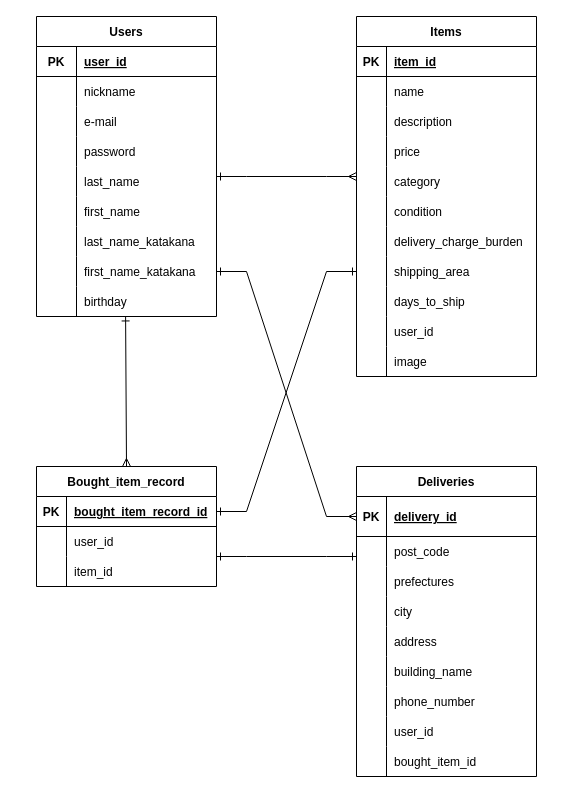
Earlier version of the draw.io diagram furima.dio (maaaaqqqq/furima-37360). Source tidied: cells renumbered, new cells numbered last; positions are measured from the earlier drawing's top-left corner, leaving out a move shared by most shapes. Both pictures are drawn from the tidied source at 100%, with x=0, y=0 at pixel (36, 16).
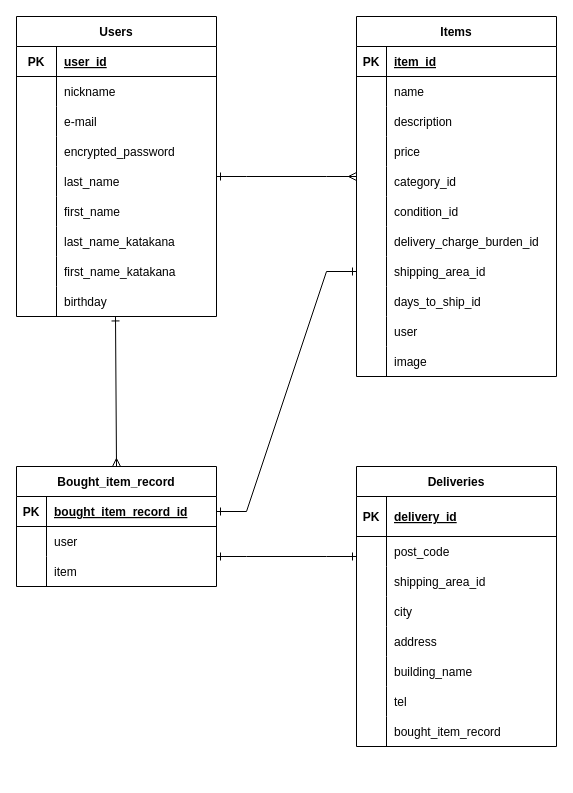
The same page after the edit.

What changed in the source:
```diff
@@
     <mxCell id="2" value="Users" style="shape=table;startSize=30;childLayout=tableLayout;rowLines=0;fontStyle=1;align=center;rounded=0;" parent="1" vertex="1">
-      <mxGeometry width="180" height="300" as="geometry" />
+      <mxGeometry x="-20" width="200" height="300" as="geometry" />
     </mxCell>
     <mxCell id="3" style="shape=partialRectangle;fillColor=none;top=0;left=0;bottom=1;right=0;rounded=0;" parent="2" vertex="1">
-      <mxGeometry y="30" width="180" height="30" as="geometry" />
+      <mxGeometry y="30" width="200" height="30" as="geometry" />
     </mxCell>
@@
     <mxCell id="5" value="user_id" style="shape=partialRectangle;fillColor=none;top=0;left=0;bottom=0;right=0;align=left;spacingLeft=6;fontStyle=5;overflow=hidden;rounded=0;" parent="3" vertex="1">
-      <mxGeometry x="40" width="140" height="30" as="geometry" />
+      <mxGeometry x="40" width="160" height="30" as="geometry" />
     </mxCell>
     <mxCell id="6" style="shape=partialRectangle;fillColor=none;top=0;left=0;bottom=0;right=0;rounded=0;" parent="2" vertex="1">
-      <mxGeometry y="60" width="180" height="30" as="geometry" />
+      <mxGeometry y="60" width="200" height="30" as="geometry" />
     </mxCell>
@@
     <mxCell id="8" value="nickname" style="shape=partialRectangle;fillColor=none;top=0;left=0;bottom=0;right=0;align=left;spacingLeft=6;overflow=hidden;rounded=0;" parent="6" vertex="1">
-      <mxGeometry x="40" width="140" height="30" as="geometry" />
+      <mxGeometry x="40" width="160" height="30" as="geometry" />
     </mxCell>
     <mxCell id="9" style="shape=partialRectangle;fillColor=none;top=0;left=0;bottom=0;right=0;rounded=0;" parent="2" vertex="1">
-      <mxGeometry y="90" width="180" height="30" as="geometry" />
+      <mxGeometry y="90" width="200" height="30" as="geometry" />
     </mxCell>
@@
     <mxCell id="11" value="e-mail" style="shape=partialRectangle;fillColor=none;top=0;left=0;bottom=0;right=0;align=left;spacingLeft=6;overflow=hidden;rounded=0;" parent="9" vertex="1">
-      <mxGeometry x="40" width="140" height="30" as="geometry" />
+      <mxGeometry x="40" width="160" height="30" as="geometry" />
     </mxCell>
     <mxCell id="12" style="shape=partialRectangle;fillColor=none;top=0;left=0;bottom=0;right=0;rounded=0;" parent="2" vertex="1">
-      <mxGeometry y="120" width="180" height="30" as="geometry" />
+      <mxGeometry y="120" width="200" height="30" as="geometry" />
     </mxCell>
@@
-    <mxCell id="14" value="password" style="shape=partialRectangle;fillColor=none;top=0;left=0;bottom=0;right=0;align=left;spacingLeft=6;overflow=hidden;rounded=0;" parent="12" vertex="1">
-      <mxGeometry x="40" width="140" height="30" as="geometry" />
+    <mxCell id="14" value="encrypted_password" style="shape=partialRectangle;fillColor=none;top=0;left=0;bottom=0;right=0;align=left;spacingLeft=6;overflow=hidden;rounded=0;" parent="12" vertex="1">
+      <mxGeometry x="40" width="160" height="30" as="geometry" />
     </mxCell>
     <mxCell id="15" style="shape=partialRectangle;fillColor=none;top=0;left=0;bottom=0;right=0;rounded=0;" parent="2" vertex="1">
-      <mxGeometry y="150" width="180" height="30" as="geometry" />
+      <mxGeometry y="150" width="200" height="30" as="geometry" />
     </mxCell>
@@
     <mxCell id="17" value="last_name" style="shape=partialRectangle;fillColor=none;top=0;left=0;bottom=0;right=0;align=left;spacingLeft=6;overflow=hidden;rounded=0;" parent="15" vertex="1">
-      <mxGeometry x="40" width="140" height="30" as="geometry" />
+      <mxGeometry x="40" width="160" height="30" as="geometry" />
     </mxCell>
     <mxCell id="18" style="shape=partialRectangle;fillColor=none;top=0;left=0;bottom=0;right=0;rounded=0;" parent="2" vertex="1">
-      <mxGeometry y="180" width="180" height="30" as="geometry" />
+      <mxGeometry y="180" width="200" height="30" as="geometry" />
     </mxCell>
@@
     <mxCell id="20" value="first_name" style="shape=partialRectangle;fillColor=none;top=0;left=0;bottom=0;right=0;align=left;spacingLeft=6;overflow=hidden;rounded=0;" parent="18" vertex="1">
-      <mxGeometry x="40" width="140" height="30" as="geometry" />
+      <mxGeometry x="40" width="160" height="30" as="geometry" />
     </mxCell>
     <mxCell id="21" style="shape=partialRectangle;fillColor=none;top=0;left=0;bottom=0;right=0;rounded=0;" parent="2" vertex="1">
-      <mxGeometry y="210" width="180" height="30" as="geometry" />
+      <mxGeometry y="210" width="200" height="30" as="geometry" />
     </mxCell>
@@
     <mxCell id="23" value="last_name_katakana" style="shape=partialRectangle;fillColor=none;top=0;left=0;bottom=0;right=0;align=left;spacingLeft=6;overflow=hidden;rounded=0;" parent="21" vertex="1">
-      <mxGeometry x="40" width="140" height="30" as="geometry" />
+      <mxGeometry x="40" width="160" height="30" as="geometry" />
     </mxCell>
     <mxCell id="24" style="shape=partialRectangle;fillColor=none;top=0;left=0;bottom=0;right=0;points=[[0,0.5],[1,0.5]];portConstraint=eastwest;rounded=0;" parent="2" vertex="1">
-      <mxGeometry y="240" width="180" height="30" as="geometry" />
+      <mxGeometry y="240" width="200" height="30" as="geometry" />
     </mxCell>
@@
     <mxCell id="26" value="first_name_katakana" style="shape=partialRectangle;fillColor=none;top=0;left=0;bottom=0;right=0;align=left;spacingLeft=6;overflow=hidden;rounded=0;" parent="24" vertex="1">
-      <mxGeometry x="40" width="140" height="30" as="geometry" />
+      <mxGeometry x="40" width="160" height="30" as="geometry" />
     </mxCell>
     <mxCell id="27" style="shape=partialRectangle;fillColor=none;top=0;left=0;bottom=0;right=0;points=[[0,0.5],[1,0.5]];portConstraint=eastwest;rounded=0;" parent="2" vertex="1">
-      <mxGeometry y="270" width="180" height="30" as="geometry" />
+      <mxGeometry y="270" width="200" height="30" as="geometry" />
     </mxCell>
@@
     <mxCell id="29" value="birthday" style="shape=partialRectangle;fillColor=none;top=0;left=0;bottom=0;right=0;align=left;spacingLeft=6;overflow=hidden;rounded=0;" parent="27" vertex="1">
-      <mxGeometry x="40" width="140" height="30" as="geometry" />
+      <mxGeometry x="40" width="160" height="30" as="geometry" />
     </mxCell>
     <mxCell id="30" value="Items" style="shape=table;startSize=30;childLayout=tableLayout;rowLines=0;fontStyle=1;align=center;rounded=0;" parent="1" vertex="1">
-      <mxGeometry x="320" width="180" height="360" as="geometry" />
+      <mxGeometry x="320" width="200" height="360" as="geometry" />
     </mxCell>
     <mxCell id="31" style="shape=partialRectangle;fillColor=none;top=0;left=0;bottom=1;right=0;rounded=0;" parent="30" vertex="1">
-      <mxGeometry y="30" width="180" height="30" as="geometry" />
+      <mxGeometry y="30" width="200" height="30" as="geometry" />
     </mxCell>
@@
     <mxCell id="33" value="item_id" style="shape=partialRectangle;fillColor=none;top=0;left=0;bottom=0;right=0;align=left;spacingLeft=6;fontStyle=5;overflow=hidden;rounded=0;" parent="31" vertex="1">
-      <mxGeometry x="30" width="150" height="30" as="geometry" />
+      <mxGeometry x="30" width="170" height="30" as="geometry" />
     </mxCell>
     <mxCell id="34" style="shape=partialRectangle;fillColor=none;top=0;left=0;bottom=0;right=0;rounded=0;" parent="30" vertex="1">
-      <mxGeometry y="60" width="180" height="30" as="geometry" />
+      <mxGeometry y="60" width="200" height="30" as="geometry" />
     </mxCell>
@@
     <mxCell id="36" value="name" style="shape=partialRectangle;fillColor=none;top=0;left=0;bottom=0;right=0;align=left;spacingLeft=6;overflow=hidden;rounded=0;" parent="34" vertex="1">
-      <mxGeometry x="30" width="150" height="30" as="geometry" />
+      <mxGeometry x="30" width="170" height="30" as="geometry" />
     </mxCell>
     <mxCell id="37" style="shape=partialRectangle;fillColor=none;top=0;left=0;bottom=0;right=0;rounded=0;" parent="30" vertex="1">
-      <mxGeometry y="90" width="180" height="30" as="geometry" />
+      <mxGeometry y="90" width="200" height="30" as="geometry" />
     </mxCell>
@@
     <mxCell id="39" value="description" style="shape=partialRectangle;fillColor=none;top=0;left=0;bottom=0;right=0;align=left;spacingLeft=6;overflow=hidden;rounded=0;" parent="37" vertex="1">
-      <mxGeometry x="30" width="150" height="30" as="geometry" />
+      <mxGeometry x="30" width="170" height="30" as="geometry" />
     </mxCell>
     <mxCell id="40" style="shape=partialRectangle;fillColor=none;top=0;left=0;bottom=0;right=0;rounded=0;" parent="30" vertex="1">
-      <mxGeometry y="120" width="180" height="30" as="geometry" />
+      <mxGeometry y="120" width="200" height="30" as="geometry" />
     </mxCell>
@@
     <mxCell id="42" value="price" style="shape=partialRectangle;fillColor=none;top=0;left=0;bottom=0;right=0;align=left;spacingLeft=6;overflow=hidden;rounded=0;" parent="40" vertex="1">
-      <mxGeometry x="30" width="150" height="30" as="geometry" />
+      <mxGeometry x="30" width="170" height="30" as="geometry" />
     </mxCell>
     <mxCell id="43" style="shape=partialRectangle;fillColor=none;top=0;left=0;bottom=0;right=0;rounded=0;" parent="30" vertex="1">
-      <mxGeometry y="150" width="180" height="30" as="geometry" />
+      <mxGeometry y="150" width="200" height="30" as="geometry" />
     </mxCell>
@@
-    <mxCell id="45" value="category" style="shape=partialRectangle;fillColor=none;top=0;left=0;bottom=0;right=0;align=left;spacingLeft=6;overflow=hidden;rounded=0;" parent="43" vertex="1">
-      <mxGeometry x="30" width="150" height="30" as="geometry" />
+    <mxCell id="45" value="category_id" style="shape=partialRectangle;fillColor=none;top=0;left=0;bottom=0;right=0;align=left;spacingLeft=6;overflow=hidden;rounded=0;" parent="43" vertex="1">
+      <mxGeometry x="30" width="170" height="30" as="geometry" />
     </mxCell>
     <mxCell id="46" style="shape=partialRectangle;fillColor=none;top=0;left=0;bottom=0;right=0;rounded=0;" parent="30" vertex="1">
-      <mxGeometry y="180" width="180" height="30" as="geometry" />
+      <mxGeometry y="180" width="200" height="30" as="geometry" />
     </mxCell>
@@
-    <mxCell id="48" value="condition" style="shape=partialRectangle;fillColor=none;top=0;left=0;bottom=0;right=0;align=left;spacingLeft=6;overflow=hidden;rounded=0;" parent="46" vertex="1">
-      <mxGeometry x="30" width="150" height="30" as="geometry" />
+    <mxCell id="48" value="condition_id" style="shape=partialRectangle;fillColor=none;top=0;left=0;bottom=0;right=0;align=left;spacingLeft=6;overflow=hidden;rounded=0;" parent="46" vertex="1">
+      <mxGeometry x="30" width="170" height="30" as="geometry" />
     </mxCell>
     <mxCell id="49" style="shape=partialRectangle;fillColor=none;top=0;left=0;bottom=0;right=0;rounded=0;" parent="30" vertex="1">
-      <mxGeometry y="210" width="180" height="30" as="geometry" />
+      <mxGeometry y="210" width="200" height="30" as="geometry" />
     </mxCell>
@@
-    <mxCell id="51" value="delivery_charge_burden" style="shape=partialRectangle;fillColor=none;top=0;left=0;bottom=0;right=0;align=left;spacingLeft=6;overflow=hidden;rounded=0;" parent="49" vertex="1">
-      <mxGeometry x="30" width="150" height="30" as="geometry" />
+    <mxCell id="51" value="delivery_charge_burden_id" style="shape=partialRectangle;fillColor=none;top=0;left=0;bottom=0;right=0;align=left;spacingLeft=6;overflow=hidden;rounded=0;" parent="49" vertex="1">
+      <mxGeometry x="30" width="170" height="30" as="geometry" />
     </mxCell>
     <mxCell id="52" style="shape=partialRectangle;fillColor=none;top=0;left=0;bottom=0;right=0;points=[[0,0.5],[1,0.5]];portConstraint=eastwest;rounded=0;" parent="30" vertex="1">
-      <mxGeometry y="240" width="180" height="30" as="geometry" />
+      <mxGeometry y="240" width="200" height="30" as="geometry" />
     </mxCell>
@@
-    <mxCell id="54" value="shipping_area" style="shape=partialRectangle;fillColor=none;top=0;left=0;bottom=0;right=0;align=left;spacingLeft=6;overflow=hidden;rounded=0;" parent="52" vertex="1">
-      <mxGeometry x="30" width="150" height="30" as="geometry" />
+    <mxCell id="54" value="shipping_area_id" style="shape=partialRectangle;fillColor=none;top=0;left=0;bottom=0;right=0;align=left;spacingLeft=6;overflow=hidden;rounded=0;" parent="52" vertex="1">
+      <mxGeometry x="30" width="170" height="30" as="geometry" />
     </mxCell>
     <mxCell id="55" style="shape=partialRectangle;fillColor=none;top=0;left=0;bottom=0;right=0;rounded=0;" parent="30" vertex="1">
-      <mxGeometry y="270" width="180" height="30" as="geometry" />
+      <mxGeometry y="270" width="200" height="30" as="geometry" />
     </mxCell>
@@
-    <mxCell id="57" value="days_to_ship" style="shape=partialRectangle;fillColor=none;top=0;left=0;bottom=0;right=0;align=left;spacingLeft=6;overflow=hidden;rounded=0;" parent="55" vertex="1">
-      <mxGeometry x="30" width="150" height="30" as="geometry" />
+    <mxCell id="57" value="days_to_ship_id" style="shape=partialRectangle;fillColor=none;top=0;left=0;bottom=0;right=0;align=left;spacingLeft=6;overflow=hidden;rounded=0;" parent="55" vertex="1">
+      <mxGeometry x="30" width="170" height="30" as="geometry" />
     </mxCell>
     <mxCell id="58" style="shape=partialRectangle;fillColor=none;top=0;left=0;bottom=0;right=0;rounded=0;" parent="30" vertex="1">
-      <mxGeometry y="300" width="180" height="30" as="geometry" />
+      <mxGeometry y="300" width="200" height="30" as="geometry" />
     </mxCell>
@@
-    <mxCell id="60" value="user_id" style="shape=partialRectangle;fillColor=none;top=0;left=0;bottom=0;right=0;align=left;spacingLeft=6;overflow=hidden;rounded=0;" parent="58" vertex="1">
-      <mxGeometry x="30" width="150" height="30" as="geometry" />
+    <mxCell id="60" value="user" style="shape=partialRectangle;fillColor=none;top=0;left=0;bottom=0;right=0;align=left;spacingLeft=6;overflow=hidden;rounded=0;" parent="58" vertex="1">
+      <mxGeometry x="30" width="170" height="30" as="geometry" />
     </mxCell>
     <mxCell id="61" style="shape=partialRectangle;fillColor=none;top=0;left=0;bottom=0;right=0;fontFamily=Helvetica;fontSize=12;fontColor=default;" parent="30" vertex="1">
-      <mxGeometry y="330" width="180" height="30" as="geometry" />
+      <mxGeometry y="330" width="200" height="30" as="geometry" />
     </mxCell>
@@
     <mxCell id="63" value="image" style="shape=partialRectangle;fillColor=none;top=0;left=0;bottom=0;right=0;align=left;spacingLeft=6;overflow=hidden;fontFamily=Helvetica;fontSize=12;fontColor=default;" parent="61" vertex="1">
-      <mxGeometry x="30" width="150" height="30" as="geometry" />
+      <mxGeometry x="30" width="170" height="30" as="geometry" />
     </mxCell>
     <mxCell id="64" value="Bought_item_record" style="shape=table;startSize=30;childLayout=tableLayout;rowLines=0;fontStyle=1;align=center;rounded=0;" parent="1" vertex="1">
-      <mxGeometry y="450" width="180" height="120" as="geometry" />
+      <mxGeometry x="-20" y="450" width="200" height="120" as="geometry" />
     </mxCell>
     <mxCell id="65" style="shape=partialRectangle;fillColor=none;top=0;left=0;bottom=1;right=0;points=[[0,0.5],[1,0.5]];portConstraint=eastwest;rounded=0;" parent="64" vertex="1">
-      <mxGeometry y="30" width="180" height="30" as="geometry" />
+      <mxGeometry y="30" width="200" height="30" as="geometry" />
     </mxCell>
@@
     <mxCell id="67" value="bought_item_record_id" style="shape=partialRectangle;fillColor=none;top=0;left=0;bottom=0;right=0;align=left;spacingLeft=6;fontStyle=5;overflow=hidden;rounded=0;" parent="65" vertex="1">
-      <mxGeometry x="30" width="150" height="30" as="geometry" />
+      <mxGeometry x="30" width="170" height="30" as="geometry" />
     </mxCell>
     <mxCell id="68" style="shape=partialRectangle;fillColor=none;top=0;left=0;bottom=0;right=0;rounded=0;" parent="64" vertex="1">
-      <mxGeometry y="60" width="180" height="30" as="geometry" />
+      <mxGeometry y="60" width="200" height="30" as="geometry" />
     </mxCell>
@@
-    <mxCell id="70" value="user_id" style="shape=partialRectangle;fillColor=none;top=0;left=0;bottom=0;right=0;align=left;spacingLeft=6;overflow=hidden;rounded=0;" parent="68" vertex="1">
-      <mxGeometry x="30" width="150" height="30" as="geometry" />
+    <mxCell id="70" value="user" style="shape=partialRectangle;fillColor=none;top=0;left=0;bottom=0;right=0;align=left;spacingLeft=6;overflow=hidden;rounded=0;" parent="68" vertex="1">
+      <mxGeometry x="30" width="170" height="30" as="geometry" />
     </mxCell>
     <mxCell id="71" style="shape=partialRectangle;fillColor=none;top=0;left=0;bottom=0;right=0;rounded=0;" parent="64" vertex="1">
-      <mxGeometry y="90" width="180" height="30" as="geometry" />
+      <mxGeometry y="90" width="200" height="30" as="geometry" />
     </mxCell>
@@
-    <mxCell id="73" value="item_id" style="shape=partialRectangle;fillColor=none;top=0;left=0;bottom=0;right=0;align=left;spacingLeft=6;overflow=hidden;rounded=0;" parent="71" vertex="1">
-      <mxGeometry x="30" width="150" height="30" as="geometry" />
+    <mxCell id="73" value="item" style="shape=partialRectangle;fillColor=none;top=0;left=0;bottom=0;right=0;align=left;spacingLeft=6;overflow=hidden;rounded=0;" parent="71" vertex="1">
+      <mxGeometry x="30" width="170" height="30" as="geometry" />
     </mxCell>
     <mxCell id="74" value="Deliveries" style="shape=table;startSize=30;childLayout=tableLayout;rowLines=0;fontStyle=1;align=center;rounded=0;" parent="1" vertex="1">
-      <mxGeometry x="320" y="450" width="180" height="310" as="geometry" />
+      <mxGeometry x="320" y="450" width="200" height="280" as="geometry" />
     </mxCell>
     <mxCell id="75" style="shape=partialRectangle;fillColor=none;top=0;left=0;bottom=1;right=0;points=[[0,0.5],[1,0.5]];portConstraint=eastwest;rounded=0;" parent="74" vertex="1">
-      <mxGeometry y="30" width="180" height="40" as="geometry" />
+      <mxGeometry y="30" width="200" height="40" as="geometry" />
     </mxCell>
@@
     <mxCell id="77" value="delivery_id" style="shape=partialRectangle;fillColor=none;top=0;left=0;bottom=0;right=0;align=left;spacingLeft=6;fontStyle=5;overflow=hidden;rounded=0;" parent="75" vertex="1">
-      <mxGeometry x="30" width="150" height="40" as="geometry" />
+      <mxGeometry x="30" width="170" height="40" as="geometry" />
     </mxCell>
     <mxCell id="78" style="shape=partialRectangle;fillColor=none;top=0;left=0;bottom=0;right=0;rounded=0;" parent="74" vertex="1">
-      <mxGeometry y="70" width="180" height="30" as="geometry" />
+      <mxGeometry y="70" width="200" height="30" as="geometry" />
     </mxCell>
@@
     <mxCell id="80" value="post_code" style="shape=partialRectangle;fillColor=none;top=0;left=0;bottom=0;right=0;align=left;spacingLeft=6;overflow=hidden;rounded=0;" parent="78" vertex="1">
-      <mxGeometry x="30" width="150" height="30" as="geometry" />
+      <mxGeometry x="30" width="170" height="30" as="geometry" />
     </mxCell>
     <mxCell id="81" style="shape=partialRectangle;fillColor=none;top=0;left=0;bottom=0;right=0;rounded=0;" parent="74" vertex="1">
-      <mxGeometry y="100" width="180" height="30" as="geometry" />
+      <mxGeometry y="100" width="200" height="30" as="geometry" />
     </mxCell>
@@
-    <mxCell id="83" value="prefectures" style="shape=partialRectangle;fillColor=none;top=0;left=0;bottom=0;right=0;align=left;spacingLeft=6;overflow=hidden;rounded=0;" parent="81" vertex="1">
-      <mxGeometry x="30" width="150" height="30" as="geometry" />
+    <mxCell id="83" value="shipping_area_id" style="shape=partialRectangle;fillColor=none;top=0;left=0;bottom=0;right=0;align=left;spacingLeft=6;overflow=hidden;rounded=0;" parent="81" vertex="1">
+      <mxGeometry x="30" width="170" height="30" as="geometry" />
     </mxCell>
     <mxCell id="84" style="shape=partialRectangle;fillColor=none;top=0;left=0;bottom=0;right=0;rounded=0;" parent="74" vertex="1">
-      <mxGeometry y="130" width="180" height="30" as="geometry" />
+      <mxGeometry y="130" width="200" height="30" as="geometry" />
     </mxCell>
@@
     <mxCell id="86" value="city" style="shape=partialRectangle;fillColor=none;top=0;left=0;bottom=0;right=0;align=left;spacingLeft=6;overflow=hidden;rounded=0;" parent="84" vertex="1">
-      <mxGeometry x="30" width="150" height="30" as="geometry" />
+      <mxGeometry x="30" width="170" height="30" as="geometry" />
     </mxCell>
     <mxCell id="87" style="shape=partialRectangle;fillColor=none;top=0;left=0;bottom=0;right=0;rounded=0;" parent="74" vertex="1">
-      <mxGeometry y="160" width="180" height="30" as="geometry" />
+      <mxGeometry y="160" width="200" height="30" as="geometry" />
     </mxCell>
@@
     <mxCell id="89" value="address" style="shape=partialRectangle;fillColor=none;top=0;left=0;bottom=0;right=0;align=left;spacingLeft=6;overflow=hidden;rounded=0;" parent="87" vertex="1">
-      <mxGeometry x="30" width="150" height="30" as="geometry" />
+      <mxGeometry x="30" width="170" height="30" as="geometry" />
     </mxCell>
     <mxCell id="90" style="shape=partialRectangle;fillColor=none;top=0;left=0;bottom=0;right=0;rounded=0;" parent="74" vertex="1">
-      <mxGeometry y="190" width="180" height="30" as="geometry" />
+      <mxGeometry y="190" width="200" height="30" as="geometry" />
     </mxCell>
@@
     <mxCell id="92" value="building_name" style="shape=partialRectangle;fillColor=none;top=0;left=0;bottom=0;right=0;align=left;spacingLeft=6;overflow=hidden;rounded=0;" parent="90" vertex="1">
-      <mxGeometry x="30" width="150" height="30" as="geometry" />
+      <mxGeometry x="30" width="170" height="30" as="geometry" />
     </mxCell>
     <mxCell id="93" style="shape=partialRectangle;fillColor=none;top=0;left=0;bottom=0;right=0;rounded=0;" parent="74" vertex="1">
-      <mxGeometry y="220" width="180" height="30" as="geometry" />
+      <mxGeometry y="220" width="200" height="30" as="geometry" />
     </mxCell>
@@
-    <mxCell id="95" value="phone_number" style="shape=partialRectangle;fillColor=none;top=0;left=0;bottom=0;right=0;align=left;spacingLeft=6;overflow=hidden;rounded=0;" parent="93" vertex="1">
-      <mxGeometry x="30" width="150" height="30" as="geometry" />
+    <mxCell id="95" value="tel" style="shape=partialRectangle;fillColor=none;top=0;left=0;bottom=0;right=0;align=left;spacingLeft=6;overflow=hidden;rounded=0;" parent="93" vertex="1">
+      <mxGeometry x="30" width="170" height="30" as="geometry" />
     </mxCell>
-    <mxCell id="96" style="shape=partialRectangle;fillColor=none;top=0;left=0;bottom=0;right=0;rounded=0;" parent="74" vertex="1">
-      <mxGeometry y="250" width="180" height="30" as="geometry" />
-    </mxCell>
-    <mxCell id="97" style="shape=partialRectangle;fillColor=none;top=0;left=0;bottom=0;right=0;overflow=hidden;rounded=0;" parent="96" vertex="1">
-      <mxGeometry width="30" height="30" as="geometry" />
-    </mxCell>
-    <mxCell id="98" value="user_id" style="shape=partialRectangle;fillColor=none;top=0;left=0;bottom=0;right=0;align=left;spacingLeft=6;overflow=hidden;rounded=0;" parent="96" vertex="1">
-      <mxGeometry x="30" width="150" height="30" as="geometry" />
-    </mxCell>
     <mxCell id="99" style="shape=partialRectangle;fillColor=none;top=0;left=0;bottom=0;right=0;rounded=0;" parent="74" vertex="1">
-      <mxGeometry y="280" width="180" height="30" as="geometry" />
+      <mxGeometry y="250" width="200" height="30" as="geometry" />
     </mxCell>
@@
-    <mxCell id="101" value="bought_item_id" style="shape=partialRectangle;fillColor=none;top=0;left=0;bottom=0;right=0;align=left;spacingLeft=6;overflow=hidden;rounded=0;" parent="99" vertex="1">
-      <mxGeometry x="30" width="150" height="30" as="geometry" />
+    <mxCell id="101" value="bought_item_record" style="shape=partialRectangle;fillColor=none;top=0;left=0;bottom=0;right=0;align=left;spacingLeft=6;overflow=hidden;rounded=0;" parent="99" vertex="1">
+      <mxGeometry x="30" width="170" height="30" as="geometry" />
     </mxCell>
@@
-    <mxCell id="104" style="edgeStyle=entityRelationEdgeStyle;fontSize=12;html=1;endArrow=ERmany;startArrow=ERone;rounded=0;labelBackgroundColor=default;fontFamily=Helvetica;fontColor=default;strokeColor=default;shape=connector;exitX=1;exitY=0.5;exitDx=0;exitDy=0;entryX=0;entryY=0.5;entryDx=0;entryDy=0;startFill=0;endFill=0;" parent="1" edge="1" source="24" target="75">
-      <mxGeometry relative="1" as="geometry" />
-    </mxCell>
```
